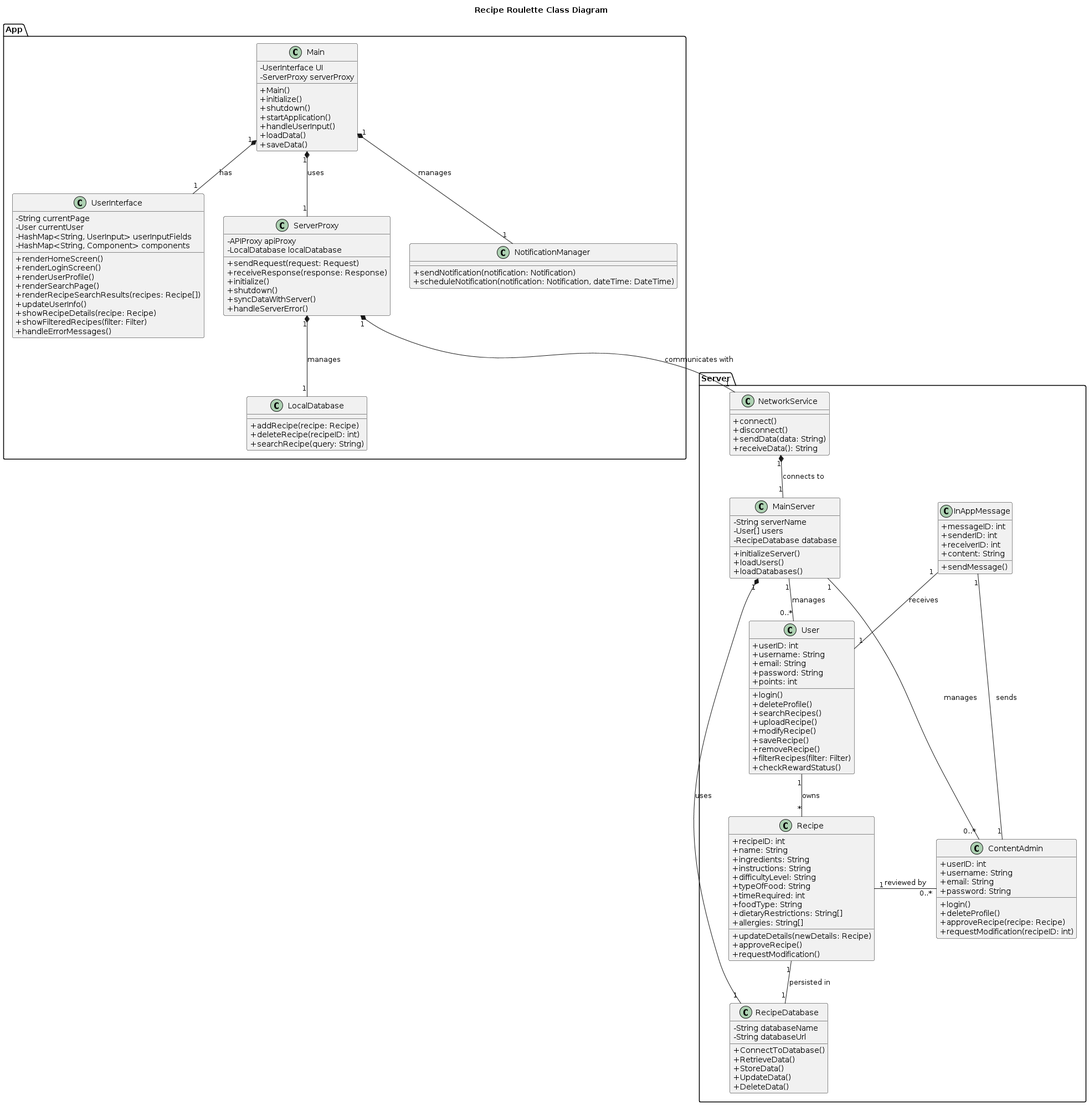
Before: DIAGRAMS/class_diagram.png, a diagram exported from PlantUML (carmensat/RECIPE-ROULETTE).
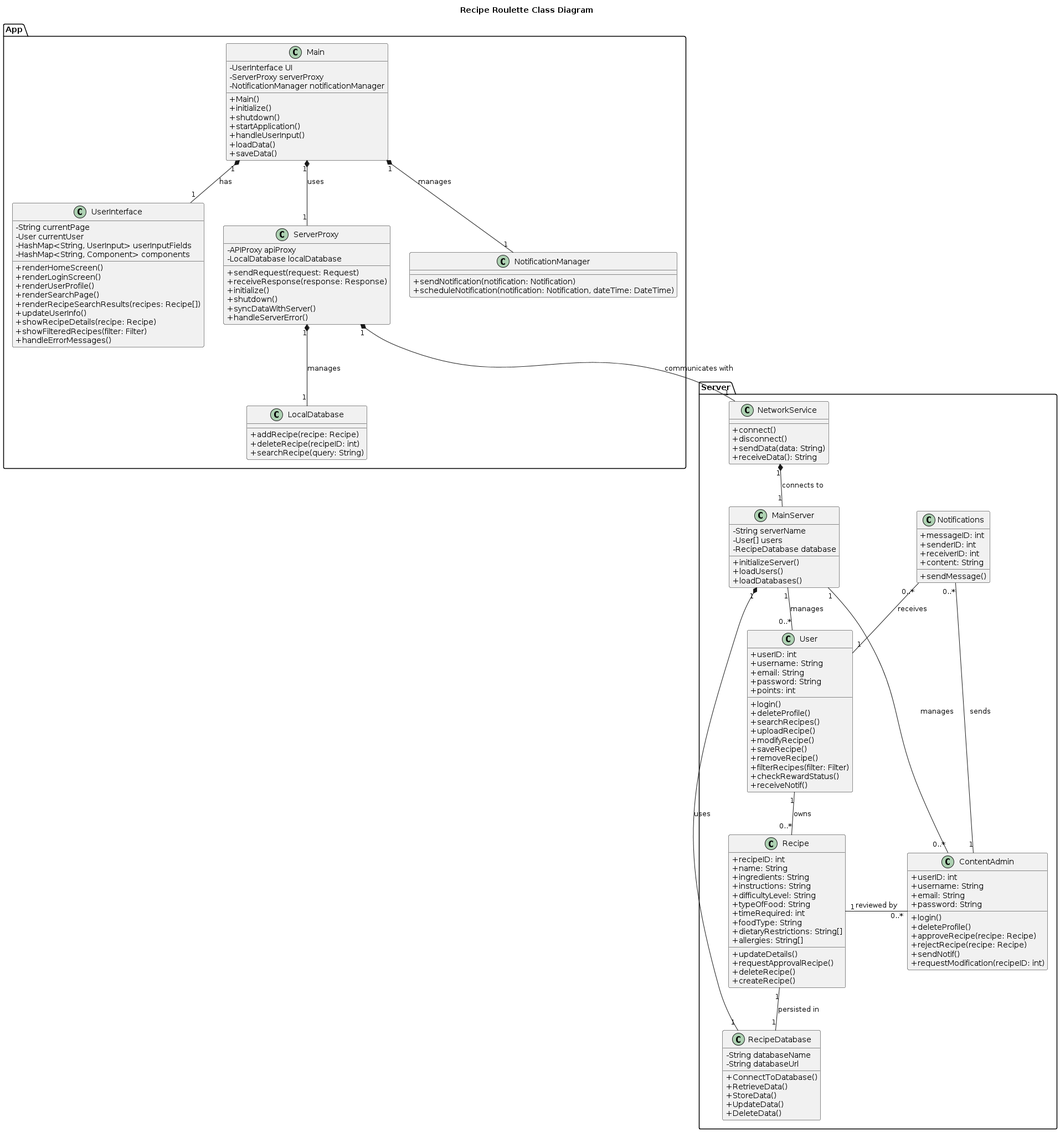
The same diagram one commit later.

Diff of the diagram source:
```diff
@@ -7,6 +7,7 @@
     class Main {
         - UserInterface UI
         - ServerProxy serverProxy
+        - NotificationManager notificationManager
         +Main()
         +initialize()
         +shutdown()
@@ -87,6 +88,7 @@
         +removeRecipe()
         +filterRecipes(filter: Filter)
         +checkRewardStatus()
+        +receiveNotif()
     }
 
     class Recipe {
@@ -100,9 +102,10 @@
         +foodType: String
         +dietaryRestrictions: String[]
         +allergies: String[]
-        +updateDetails(newDetails: Recipe)
-        +approveRecipe()
-        +requestModification()
+        +updateDetails()
+        +requestApprovalRecipe()
+        +deleteRecipe()
+        +createRecipe()
     }
 
     class ContentAdmin {
@@ -113,10 +116,12 @@
         +login()
         +deleteProfile()
         +approveRecipe(recipe: Recipe)
+        +rejectRecipe(recipe: Recipe)
+        +sendNotif()
         +requestModification(recipeID: int)
     }
 
-    class InAppMessage {
+    class Notifications {
         +messageID: int
         +senderID: int
         +receiverID: int
@@ -143,11 +148,11 @@
 
     MainServer "1" -- "0..*" User : "manages"
     MainServer "1" -- "0..*" ContentAdmin : "manages"
-    User "1" -- "*" Recipe : "owns"
+    User "1" -- "0..*" Recipe : "owns"
     Recipe "1" -right- "0..*" ContentAdmin : "reviewed by"
     Recipe "1" -- "1" RecipeDatabase : "persisted in"
-    InAppMessage "1" -- "1" ContentAdmin : "sends"
-    InAppMessage "1" -- "1" User : "receives"
+    Notifications "0..*" -- "1" ContentAdmin : "sends"
+    Notifications "0..*" -- "1" User : "receives"
     MainServer "1" *-- "1" RecipeDatabase : "uses"
     ServerProxy "1" *-- "1" NetworkService : "communicates with"
     NetworkService "1" *-- "1" MainServer : "connects to"
```
